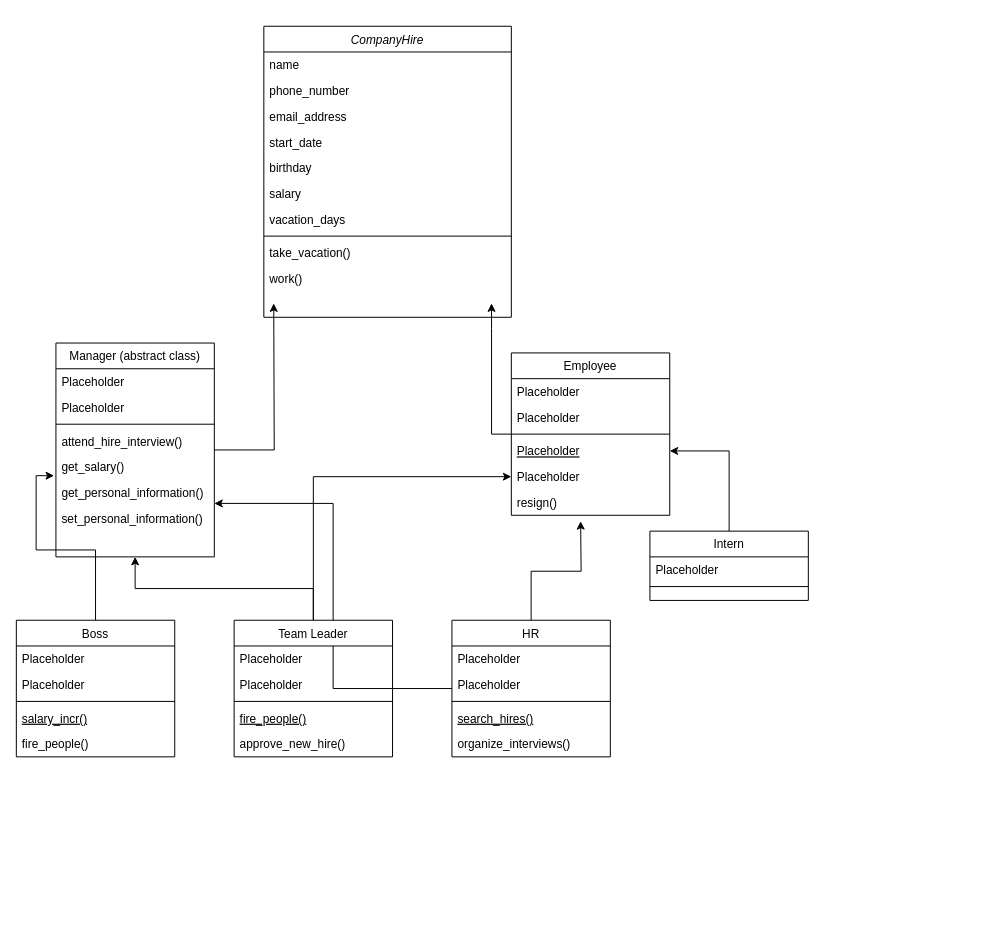
Before: Untitled Diagram.drawio in Gaben14/Company_Hierarchy, a draw.io diagram. Source tidied: cells renumbered, new cells numbered last; positions are measured from the earlier drawing's top-left corner, leaving out a move shared by most shapes. Both pictures are drawn from the tidied source at 99%, with x=0, y=0 at pixel (16, 26).
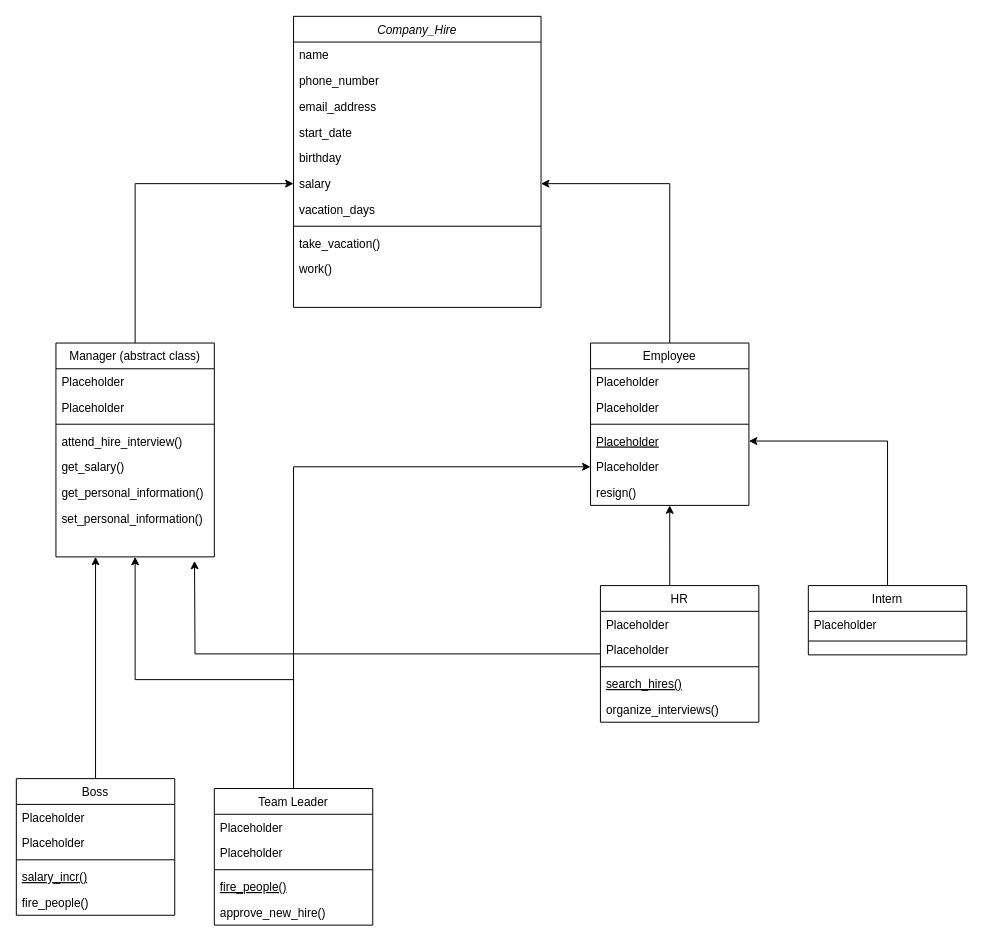
The same diagram, later.

The change refers to these unchanged cells:
```xml
<mxCell id="8" value="salary" style="text;align=left;verticalAlign=top;spacingLeft=4;spacingRight=4;overflow=hidden;points=[[0,0.5],[1,0.5]];portConstraint=eastwest;" parent="2" vertex="1">
  <mxGeometry y="156" width="250" height="26" as="geometry" />
</mxCell>
<mxCell id="20" value="resign()" style="text;align=left;verticalAlign=top;spacingLeft=4;spacingRight=4;overflow=hidden;points=[[0,0.5],[1,0.5]];portConstraint=eastwest;" parent="14" vertex="1">
  <mxGeometry y="138" width="160" height="26" as="geometry" />
</mxCell>
<mxCell id="26" value="Manager (abstract class)" style="swimlane;fontStyle=0;align=center;verticalAlign=top;horizontal=1;startSize=26;rounded=0;shadow=0;strokeWidth=1;" parent="1" vertex="1">
  <mxGeometry x="40" y="320" width="160" height="216" as="geometry" />
</mxCell>
<mxCell id="31" value="get_salary()" style="text;align=left;verticalAlign=top;spacingLeft=4;spacingRight=4;overflow=hidden;points=[[0,0.5],[1,0.5]];portConstraint=eastwest;" parent="26" vertex="1">
  <mxGeometry y="112" width="160" height="26" as="geometry" />
</mxCell>
```

What changed in the source:
```diff
@@
-    <mxCell id="2" value="CompanyHire" style="swimlane;fontStyle=2;align=center;verticalAlign=top;horizontal=1;startSize=26;rounded=0;shadow=0;strokeWidth=1;" parent="1" vertex="1">
-      <mxGeometry x="250" width="250" height="294" as="geometry" />
+    <mxCell id="2" value="Company_Hire" style="swimlane;fontStyle=2;align=center;verticalAlign=top;horizontal=1;startSize=26;rounded=0;shadow=0;strokeWidth=1;" parent="1" vertex="1">
+      <mxGeometry x="280" y="-10" width="250" height="294" as="geometry" />
     </mxCell>
@@
-    <mxCell id="13" style="edgeStyle=orthogonalEdgeStyle;rounded=0;jettySize=auto;html=1;" parent="1" edge="1" source="14">
-      <mxGeometry relative="1" as="geometry">
-        <mxPoint x="480" y="280" as="targetPoint" />
-      </mxGeometry>
-    </mxCell>
+    <mxCell id="57" style="edgeStyle=orthogonalEdgeStyle;rounded=0;jettySize=auto;html=1;entryX=1;entryY=0.5;entryDx=0;entryDy=0;" parent="1" edge="1" source="14" target="8">
+      <mxGeometry relative="1" as="geometry" />
+    </mxCell>
     <mxCell id="14" value="Employee" style="swimlane;fontStyle=0;align=center;verticalAlign=top;horizontal=1;startSize=26;rounded=0;shadow=0;strokeWidth=1;" parent="1" vertex="1">
-      <mxGeometry x="500" y="330" width="160" height="164" as="geometry" />
+      <mxGeometry x="580" y="320" width="160" height="164" as="geometry" />
     </mxCell>
@@
     <mxCell id="22" value="Intern" style="swimlane;fontStyle=0;align=center;verticalAlign=top;horizontal=1;startSize=26;rounded=0;shadow=0;strokeWidth=1;" parent="1" vertex="1">
-      <mxGeometry x="640" y="510" width="160" height="70" as="geometry" />
+      <mxGeometry x="800" y="565" width="160" height="70" as="geometry" />
     </mxCell>
@@
-    <mxCell id="25" style="edgeStyle=orthogonalEdgeStyle;rounded=0;jettySize=auto;html=1;" parent="1" edge="1" source="26">
-      <mxGeometry relative="1" as="geometry">
-        <mxPoint x="260" y="280" as="targetPoint" />
-      </mxGeometry>
-    </mxCell>
+    <mxCell id="58" style="edgeStyle=orthogonalEdgeStyle;rounded=0;jettySize=auto;html=1;entryX=0;entryY=0.5;entryDx=0;entryDy=0;" parent="1" edge="1" source="26" target="8">
+      <mxGeometry relative="1" as="geometry" />
+    </mxCell>
@@
-    <mxCell id="34" style="edgeStyle=orthogonalEdgeStyle;rounded=0;jettySize=auto;html=1;entryX=1;entryY=0.75;entryDx=0;entryDy=0;" parent="1" edge="1" source="36" target="26">
-      <mxGeometry relative="1" as="geometry" />
+    <mxCell id="34" style="edgeStyle=orthogonalEdgeStyle;rounded=0;jettySize=auto;html=1;" parent="1" edge="1" source="36">
+      <mxGeometry relative="1" as="geometry">
+        <mxPoint x="180" y="540" as="targetPoint" />
+      </mxGeometry>
     </mxCell>
-    <mxCell id="35" style="edgeStyle=orthogonalEdgeStyle;rounded=0;jettySize=auto;html=1;" parent="1" edge="1" source="36">
-      <mxGeometry relative="1" as="geometry">
-        <mxPoint x="570" y="500" as="targetPoint" />
-      </mxGeometry>
-    </mxCell>
+    <mxCell id="59" style="edgeStyle=orthogonalEdgeStyle;rounded=0;jettySize=auto;html=1;" parent="1" edge="1" source="36" target="20">
+      <mxGeometry relative="1" as="geometry">
+        <Array as="points">
+          <mxPoint x="660" y="530" />
+          <mxPoint x="660" y="530" />
+        </Array>
+      </mxGeometry>
+    </mxCell>
     <mxCell id="36" value="HR" style="swimlane;fontStyle=0;align=center;verticalAlign=top;horizontal=1;startSize=26;rounded=0;shadow=0;strokeWidth=1;" parent="1" vertex="1">
-      <mxGeometry x="440" y="600" width="160" height="138" as="geometry" />
+      <mxGeometry x="590" y="565" width="160" height="138" as="geometry" />
     </mxCell>
@@
     <mxCell id="42" style="edgeStyle=orthogonalEdgeStyle;rounded=0;jettySize=auto;html=1;exitX=0.5;exitY=0;exitDx=0;exitDy=0;entryX=0.5;entryY=1;entryDx=0;entryDy=0;" parent="1" edge="1" source="44" target="26">
-      <mxGeometry relative="1" as="geometry" />
+      <mxGeometry relative="1" as="geometry">
+        <Array as="points">
+          <mxPoint x="280" y="660" />
+          <mxPoint x="120" y="660" />
+        </Array>
+      </mxGeometry>
     </mxCell>
@@
     <mxCell id="44" value="Team Leader" style="swimlane;fontStyle=0;align=center;verticalAlign=top;horizontal=1;startSize=26;rounded=0;shadow=0;strokeWidth=1;" parent="1" vertex="1">
-      <mxGeometry x="220" y="600" width="160" height="138" as="geometry" />
+      <mxGeometry x="200" y="770" width="160" height="138" as="geometry" />
     </mxCell>
@@
-    <mxCell id="50" style="edgeStyle=orthogonalEdgeStyle;rounded=0;jettySize=auto;html=1;entryX=-0.012;entryY=0.846;entryDx=0;entryDy=0;entryPerimeter=0;" parent="1" edge="1" source="51" target="31">
+    <mxCell id="50" style="edgeStyle=orthogonalEdgeStyle;rounded=0;jettySize=auto;html=1;entryX=0.25;entryY=1;entryDx=0;entryDy=0;" parent="1" edge="1" source="51" target="26">
       <mxGeometry relative="1" as="geometry" />
     </mxCell>
     <mxCell id="51" value="Boss" style="swimlane;fontStyle=0;align=center;verticalAlign=top;horizontal=1;startSize=26;rounded=0;shadow=0;strokeWidth=1;" parent="1" vertex="1">
-      <mxGeometry y="600" width="160" height="138" as="geometry" />
+      <mxGeometry y="760" width="160" height="138" as="geometry" />
     </mxCell>
```
